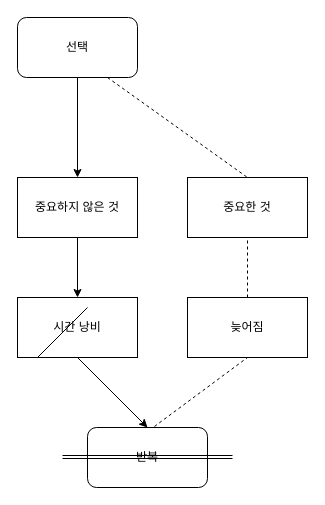
LOSIcat/LogicTraining keeps this draw.io diagram as Choose.drawio. Above is the earlier version. Source tidied: cells renumbered, new cells numbered last; positions are measured from the earlier drawing's top-left corner, leaving out a move shared by most shapes. Both pictures are drawn from the tidied source at 100%, with x=0, y=0 at pixel (17, 17).
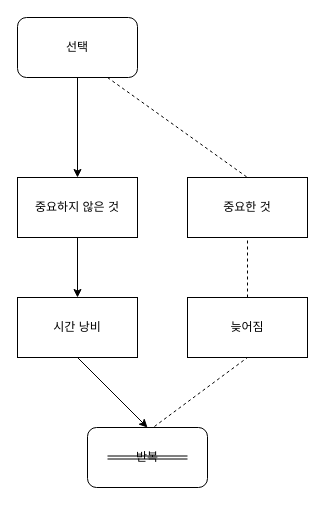
Above is the later version.

What changed in the source:
```diff
@@
 <mxGraphModel>
   <root>
     <mxCell id="0" />
     <mxCell id="1" parent="0" />
     <mxCell id="2" value="선택" style="rounded=1;whiteSpace=wrap;html=1;" parent="1" vertex="1">
       <mxGeometry width="120" height="60" as="geometry" />
     </mxCell>
     <mxCell id="3" style="endArrow=classic;html=1;rounded=0;exitX=0.5;exitY=1;exitDx=0;exitDy=0;" parent="1" edge="1" source="2" target="4">
       <mxGeometry relative="1" as="geometry" />
     </mxCell>
     <mxCell id="4" value="중요하지 않은 것" style="rounded=0;whiteSpace=wrap;html=1;" parent="1" vertex="1">
       <mxGeometry y="160" width="120" height="60" as="geometry" />
     </mxCell>
     <mxCell id="5" style="endArrow=none;dashed=1;html=1;rounded=0;exitX=0.75;exitY=1;exitDx=0;exitDy=0;entryX=0.5;entryY=0;entryDx=0;entryDy=0;" parent="1" edge="1" source="2" target="6">
       <mxGeometry relative="1" as="geometry" />
     </mxCell>
     <mxCell id="6" value="중요한 것" style="rounded=0;whiteSpace=wrap;html=1;" parent="1" vertex="1">
       <mxGeometry x="170" y="160" width="120" height="60" as="geometry" />
     </mxCell>
     <mxCell id="7" style="endArrow=none;dashed=1;html=1;rounded=0;entryX=0.5;entryY=1;entryDx=0;entryDy=0;" parent="1" edge="1" target="6">
       <mxGeometry relative="1" as="geometry">
         <mxPoint x="230" y="310" as="sourcePoint" />
       </mxGeometry>
     </mxCell>
     <mxCell id="8" value="&lt;div&gt;늦어짐&lt;/div&gt;" style="rounded=0;whiteSpace=wrap;html=1;" parent="1" vertex="1">
       <mxGeometry x="170" y="280" width="120" height="60" as="geometry" />
     </mxCell>
     <mxCell id="9" style="endArrow=classic;html=1;rounded=0;exitX=0.5;exitY=1;exitDx=0;exitDy=0;" parent="1" edge="1" source="4" target="10">
       <mxGeometry relative="1" as="geometry" />
     </mxCell>
     <mxCell id="10" value="시간 낭비" style="rounded=0;whiteSpace=wrap;html=1;" parent="1" vertex="1">
       <mxGeometry y="280" width="120" height="60" as="geometry" />
     </mxCell>
     <mxCell id="11" value="반복" style="rounded=1;whiteSpace=wrap;html=1;" parent="1" vertex="1">
       <mxGeometry x="70" y="410" width="120" height="60" as="geometry" />
     </mxCell>
     <mxCell id="12" style="endArrow=classic;html=1;rounded=0;exitX=0.5;exitY=1;exitDx=0;exitDy=0;entryX=0.5;entryY=0;entryDx=0;entryDy=0;" parent="1" edge="1" source="10" target="11">
       <mxGeometry relative="1" as="geometry" />
     </mxCell>
     <mxCell id="13" style="endArrow=none;dashed=1;html=1;rounded=0;entryX=0.5;entryY=1;entryDx=0;entryDy=0;exitX=0.558;exitY=-0.017;exitDx=0;exitDy=0;exitPerimeter=0;" parent="1" edge="1" source="11" target="8">
       <mxGeometry relative="1" as="geometry" />
     </mxCell>
-    <mxCell id="14" style="endArrow=none;html=1;rounded=0;" parent="1" edge="1">
-      <mxGeometry relative="1" as="geometry">
-        <mxPoint x="20" y="340" as="sourcePoint" />
-        <mxPoint x="70" y="290" as="targetPoint" />
-      </mxGeometry>
-    </mxCell>
     <mxCell id="15" style="shape=link;html=1;rounded=0;width=3;" parent="1" edge="1">
       <mxGeometry relative="1" as="geometry">
-        <mxPoint x="45" y="439.5" as="sourcePoint" />
-        <mxPoint x="215" y="439.5" as="targetPoint" />
+        <mxPoint x="90" y="440" as="sourcePoint" />
+        <mxPoint x="170" y="440" as="targetPoint" />
       </mxGeometry>
     </mxCell>
   </root>
 </mxGraphModel>
```
